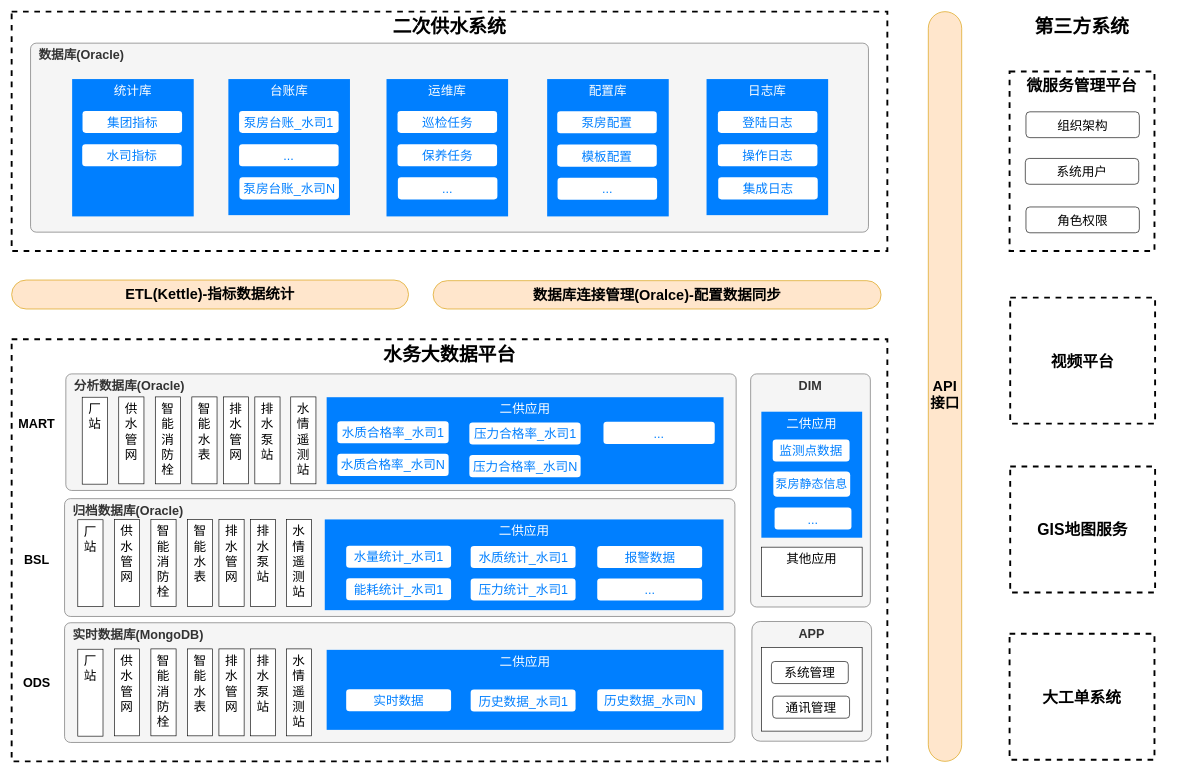
Earlier version of the draw.io diagram page "数据架构图" (2 of 4) of 二供数据架构.drawio (lpeng589/draw). Source tidied: cells renumbered, new cells numbered last; positions are measured from the earlier drawing's top-left corner, leaving out a move shared by most shapes. Both pictures are drawn from the tidied source at 63%, with x=0, y=0 at pixel (11, 11).
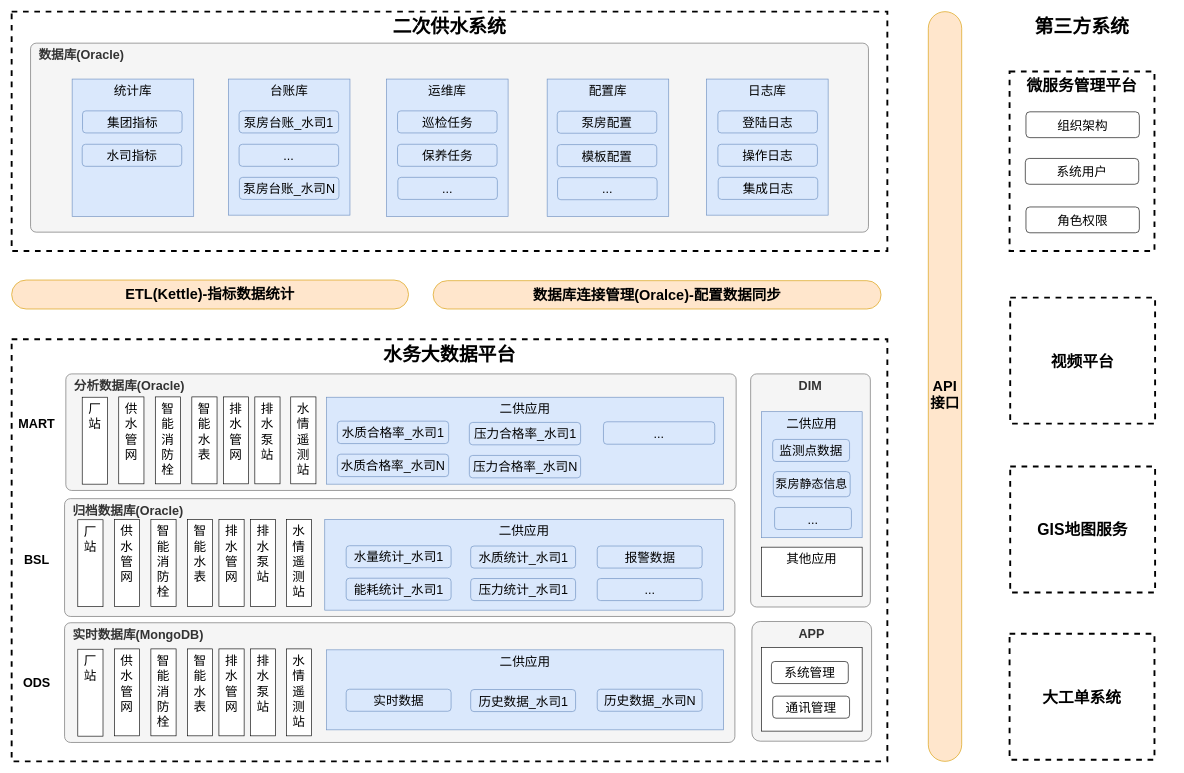
Above is the later version.

Commit message (it also covers changes not shown here):
更新二供数据架构.drawio

Change to the diagram source:
```diff
@@
-    <mxCell id="12" value="二供应用" style="rounded=0;whiteSpace=wrap;html=1;align=center;verticalAlign=top;fontStyle=0;fontSize=20;fontColor=#FFFFFF;fillColor=#007FFF;strokeColor=none;" parent="1" vertex="1">
+    <mxCell id="12" value="二供应用" style="rounded=0;whiteSpace=wrap;html=1;align=center;verticalAlign=top;fontStyle=0;fontSize=20;fillColor=#dae8fc;strokeColor=#6c8ebf;" parent="1" vertex="1">
       <mxGeometry x="500" y="612" width="630" height="138" as="geometry" />
     </mxCell>
-    <mxCell id="13" value="二供应用" style="rounded=0;whiteSpace=wrap;html=1;align=center;verticalAlign=top;fontStyle=0;fontSize=20;fontColor=#FFFFFF;fillColor=#007FFF;strokeColor=none;" parent="1" vertex="1">
+    <mxCell id="13" value="二供应用" style="rounded=0;whiteSpace=wrap;html=1;align=center;verticalAlign=top;fontStyle=0;fontSize=20;fillColor=#dae8fc;strokeColor=#6c8ebf;" parent="1" vertex="1">
       <mxGeometry x="497" y="806" width="633" height="144" as="geometry" />
     </mxCell>
-    <mxCell id="14" value="二供应用" style="rounded=0;whiteSpace=wrap;html=1;align=center;verticalAlign=top;fontStyle=0;fontSize=20;fontColor=#FFFFFF;fillColor=#007FFF;strokeColor=none;" parent="1" vertex="1">
+    <mxCell id="14" value="二供应用" style="rounded=0;whiteSpace=wrap;html=1;align=center;verticalAlign=top;fontStyle=0;fontSize=20;fillColor=#dae8fc;strokeColor=#6c8ebf;" parent="1" vertex="1">
       <mxGeometry x="500" y="1013" width="630" height="127" as="geometry" />
     </mxCell>
@@
-    <mxCell id="39" value="二供应用" style="rounded=0;whiteSpace=wrap;html=1;align=center;verticalAlign=top;fontStyle=0;fontSize=20;fontColor=#FFFFFF;fillColor=#007FFF;strokeColor=none;" parent="1" vertex="1">
+    <mxCell id="39" value="二供应用" style="rounded=0;whiteSpace=wrap;html=1;align=center;verticalAlign=top;fontStyle=0;fontSize=20;fillColor=#dae8fc;strokeColor=#6c8ebf;" parent="1" vertex="1">
       <mxGeometry x="1190" y="635" width="160" height="200" as="geometry" />
     </mxCell>
@@
-    <mxCell id="51" value="台账库" style="rounded=0;whiteSpace=wrap;html=1;align=center;verticalAlign=top;fontSize=20;fontStyle=0;arcSize=0;fillColor=#007FFF;fontColor=#FFFFFF;strokeColor=none;" parent="1" vertex="1">
+    <mxCell id="51" value="台账库" style="rounded=0;whiteSpace=wrap;html=1;align=center;verticalAlign=top;fontSize=20;fontStyle=0;arcSize=0;fillColor=#dae8fc;strokeColor=#6c8ebf;" parent="1" vertex="1">
       <mxGeometry x="344" y="107" width="193" height="216" as="geometry" />
     </mxCell>
-    <mxCell id="52" value="运维库" style="rounded=0;whiteSpace=wrap;html=1;align=center;verticalAlign=top;fontSize=20;fontStyle=0;arcSize=0;fillColor=#007FFF;fontColor=#FFFFFF;strokeColor=none;" parent="1" vertex="1">
+    <mxCell id="52" value="运维库" style="rounded=0;whiteSpace=wrap;html=1;align=center;verticalAlign=top;fontSize=20;fontStyle=0;arcSize=0;fillColor=#dae8fc;strokeColor=#6c8ebf;" parent="1" vertex="1">
       <mxGeometry x="595" y="107" width="193" height="218" as="geometry" />
     </mxCell>
-    <mxCell id="53" value="配置库" style="rounded=0;whiteSpace=wrap;html=1;align=center;verticalAlign=top;fontSize=20;fontStyle=0;fillColor=#007FFF;fontColor=#FFFFFF;strokeColor=none;" parent="1" vertex="1">
+    <mxCell id="53" value="配置库" style="rounded=0;whiteSpace=wrap;html=1;align=center;verticalAlign=top;fontSize=20;fontStyle=0;fillColor=#dae8fc;strokeColor=#6c8ebf;" parent="1" vertex="1">
       <mxGeometry x="850" y="107" width="193" height="218" as="geometry" />
     </mxCell>
-    <mxCell id="54" value="统计库" style="rounded=0;whiteSpace=wrap;html=1;align=center;verticalAlign=top;fontSize=20;fontStyle=0;arcSize=0;fillColor=#007FFF;fontColor=#FFFFFF;strokeColor=none;" parent="1" vertex="1">
+    <mxCell id="54" value="统计库" style="rounded=0;whiteSpace=wrap;html=1;align=center;verticalAlign=top;fontSize=20;fontStyle=0;arcSize=0;fillColor=#dae8fc;strokeColor=#6c8ebf;" parent="1" vertex="1">
       <mxGeometry x="96" y="107" width="193" height="218" as="geometry" />
     </mxCell>
-    <mxCell id="55" value="日志库" style="rounded=0;whiteSpace=wrap;html=1;align=center;verticalAlign=top;fontSize=20;fontStyle=0;fillColor=#007FFF;fontColor=#FFFFFF;strokeColor=none;" parent="1" vertex="1">
+    <mxCell id="55" value="日志库" style="rounded=0;whiteSpace=wrap;html=1;align=center;verticalAlign=top;fontSize=20;fontStyle=0;fillColor=#dae8fc;strokeColor=#6c8ebf;" parent="1" vertex="1">
       <mxGeometry x="1103" y="107" width="193" height="216" as="geometry" />
     </mxCell>
-    <mxCell id="56" value="集团指标" style="rounded=1;whiteSpace=wrap;html=1;fontSize=20;fontColor=#007FFF;strokeColor=none;" parent="1" vertex="1">
+    <mxCell id="56" value="集团指标" style="rounded=1;whiteSpace=wrap;html=1;fontSize=20;strokeColor=#6c8ebf;fillColor=#dae8fc;" parent="1" vertex="1">
       <mxGeometry x="112.5" y="157.5" width="158" height="35" as="geometry" />
     </mxCell>
-    <mxCell id="57" value="水司指标" style="rounded=1;whiteSpace=wrap;html=1;fontSize=20;fontColor=#007FFF;strokeColor=none;" parent="1" vertex="1">
+    <mxCell id="57" value="水司指标" style="rounded=1;whiteSpace=wrap;html=1;fontSize=20;strokeColor=#6c8ebf;fillColor=#dae8fc;" parent="1" vertex="1">
       <mxGeometry x="112" y="210.5" width="158" height="35" as="geometry" />
     </mxCell>
-    <mxCell id="58" value="泵房台账_水司1" style="rounded=1;whiteSpace=wrap;html=1;fontSize=20;fontColor=#007FFF;strokeColor=none;" parent="1" vertex="1">
+    <mxCell id="58" value="泵房台账_水司1" style="rounded=1;whiteSpace=wrap;html=1;fontSize=20;strokeColor=#6c8ebf;fillColor=#dae8fc;" parent="1" vertex="1">
       <mxGeometry x="361" y="157.5" width="158" height="35" as="geometry" />
     </mxCell>
-    <mxCell id="59" value="..." style="rounded=1;whiteSpace=wrap;html=1;fontSize=20;fontColor=#007FFF;strokeColor=none;" parent="1" vertex="1">
+    <mxCell id="59" value="..." style="rounded=1;whiteSpace=wrap;html=1;fontSize=20;strokeColor=#6c8ebf;fillColor=#dae8fc;" parent="1" vertex="1">
       <mxGeometry x="361" y="210.5" width="158" height="35" as="geometry" />
     </mxCell>
-    <mxCell id="60" value="泵房台账_水司N" style="rounded=1;whiteSpace=wrap;html=1;fontSize=20;fontColor=#007FFF;strokeColor=none;" parent="1" vertex="1">
+    <mxCell id="60" value="泵房台账_水司N" style="rounded=1;whiteSpace=wrap;html=1;fontSize=20;strokeColor=#6c8ebf;fillColor=#dae8fc;" parent="1" vertex="1">
       <mxGeometry x="361.5" y="263" width="158" height="35" as="geometry" />
     </mxCell>
-    <mxCell id="61" value="巡检任务" style="rounded=1;whiteSpace=wrap;html=1;fontSize=20;fontColor=#007FFF;strokeColor=none;" parent="1" vertex="1">
+    <mxCell id="61" value="巡检任务" style="rounded=1;whiteSpace=wrap;html=1;fontSize=20;strokeColor=#6c8ebf;fillColor=#dae8fc;" parent="1" vertex="1">
       <mxGeometry x="612.5" y="157.5" width="158" height="35" as="geometry" />
     </mxCell>
-    <mxCell id="62" value="保养任务" style="rounded=1;whiteSpace=wrap;html=1;fontSize=20;fontColor=#007FFF;strokeColor=none;" parent="1" vertex="1">
+    <mxCell id="62" value="保养任务" style="rounded=1;whiteSpace=wrap;html=1;fontSize=20;strokeColor=#6c8ebf;fillColor=#dae8fc;" parent="1" vertex="1">
       <mxGeometry x="612.5" y="210.5" width="158" height="35" as="geometry" />
     </mxCell>
-    <mxCell id="63" value="..." style="rounded=1;whiteSpace=wrap;html=1;fontSize=20;fontColor=#007FFF;strokeColor=none;" parent="1" vertex="1">
+    <mxCell id="63" value="..." style="rounded=1;whiteSpace=wrap;html=1;fontSize=20;strokeColor=#6c8ebf;fillColor=#dae8fc;" parent="1" vertex="1">
       <mxGeometry x="613" y="263" width="158" height="35" as="geometry" />
     </mxCell>
-    <mxCell id="64" value="泵房配置" style="rounded=1;whiteSpace=wrap;html=1;fontSize=20;fontColor=#007FFF;strokeColor=none;" parent="1" vertex="1">
+    <mxCell id="64" value="泵房配置" style="rounded=1;whiteSpace=wrap;html=1;fontSize=20;strokeColor=#6c8ebf;fillColor=#dae8fc;" parent="1" vertex="1">
       <mxGeometry x="866" y="158" width="158" height="35" as="geometry" />
     </mxCell>
-    <mxCell id="65" value="模板配置" style="rounded=1;whiteSpace=wrap;html=1;fontSize=20;fontColor=#007FFF;strokeColor=none;" parent="1" vertex="1">
+    <mxCell id="65" value="模板配置" style="rounded=1;whiteSpace=wrap;html=1;fontSize=20;strokeColor=#6c8ebf;fillColor=#dae8fc;" parent="1" vertex="1">
       <mxGeometry x="866" y="211" width="158" height="35" as="geometry" />
     </mxCell>
-    <mxCell id="66" value="..." style="rounded=1;whiteSpace=wrap;html=1;fontSize=20;fontColor=#007FFF;strokeColor=none;" parent="1" vertex="1">
+    <mxCell id="66" value="..." style="rounded=1;whiteSpace=wrap;html=1;fontSize=20;strokeColor=#6c8ebf;fillColor=#dae8fc;" parent="1" vertex="1">
       <mxGeometry x="866.5" y="263.5" width="158" height="35" as="geometry" />
     </mxCell>
-    <mxCell id="67" value="登陆日志" style="rounded=1;whiteSpace=wrap;html=1;fontSize=20;fontColor=#007FFF;strokeColor=none;" parent="1" vertex="1">
+    <mxCell id="67" value="登陆日志" style="rounded=1;whiteSpace=wrap;html=1;fontSize=20;strokeColor=#6c8ebf;fillColor=#dae8fc;" parent="1" vertex="1">
       <mxGeometry x="1121" y="157.5" width="158" height="35" as="geometry" />
     </mxCell>
-    <mxCell id="68" value="操作日志" style="rounded=1;whiteSpace=wrap;html=1;fontSize=20;fontColor=#007FFF;strokeColor=none;" parent="1" vertex="1">
+    <mxCell id="68" value="操作日志" style="rounded=1;whiteSpace=wrap;html=1;fontSize=20;strokeColor=#6c8ebf;fillColor=#dae8fc;" parent="1" vertex="1">
       <mxGeometry x="1121" y="210.5" width="158" height="35" as="geometry" />
     </mxCell>
-    <mxCell id="69" value="集成日志" style="rounded=1;whiteSpace=wrap;html=1;fontSize=20;fontColor=#007FFF;strokeColor=none;" parent="1" vertex="1">
+    <mxCell id="69" value="集成日志" style="rounded=1;whiteSpace=wrap;html=1;fontSize=20;strokeColor=#6c8ebf;fillColor=#dae8fc;" parent="1" vertex="1">
       <mxGeometry x="1121.5" y="263" width="158" height="35" as="geometry" />
     </mxCell>
-    <mxCell id="70" value="水量统计_水司1" style="rounded=1;whiteSpace=wrap;html=1;fontSize=20;fontColor=#007FFF;strokeColor=none;" parent="1" vertex="1">
+    <mxCell id="70" value="水量统计_水司1" style="rounded=1;whiteSpace=wrap;html=1;fontSize=20;strokeColor=#6c8ebf;fillColor=#dae8fc;" parent="1" vertex="1">
       <mxGeometry x="531" y="847.7" width="166.5" height="35" as="geometry" />
     </mxCell>
-    <mxCell id="71" value="能耗统计_水司1" style="rounded=1;whiteSpace=wrap;html=1;fontSize=20;fontColor=#007FFF;strokeColor=none;" parent="1" vertex="1">
+    <mxCell id="71" value="能耗统计_水司1" style="rounded=1;whiteSpace=wrap;html=1;fontSize=20;strokeColor=#6c8ebf;fillColor=#dae8fc;" parent="1" vertex="1">
       <mxGeometry x="531" y="899.3" width="166.5" height="35" as="geometry" />
     </mxCell>
-    <mxCell id="72" value="水质统计_水司1" style="rounded=1;whiteSpace=wrap;html=1;fontSize=20;fontColor=#007FFF;strokeColor=none;" parent="1" vertex="1">
+    <mxCell id="72" value="水质统计_水司1" style="rounded=1;whiteSpace=wrap;html=1;fontSize=20;strokeColor=#6c8ebf;fillColor=#dae8fc;" parent="1" vertex="1">
       <mxGeometry x="728.6" y="848.2" width="166.5" height="35" as="geometry" />
     </mxCell>
-    <mxCell id="73" value="压力统计_水司1" style="rounded=1;whiteSpace=wrap;html=1;fontSize=20;fontColor=#007FFF;strokeColor=none;" parent="1" vertex="1">
+    <mxCell id="73" value="压力统计_水司1" style="rounded=1;whiteSpace=wrap;html=1;fontSize=20;strokeColor=#6c8ebf;fillColor=#dae8fc;" parent="1" vertex="1">
       <mxGeometry x="728.6" y="899.8" width="166.5" height="35" as="geometry" />
     </mxCell>
-    <mxCell id="74" value="报警数据" style="rounded=1;whiteSpace=wrap;html=1;fontSize=20;fontColor=#007FFF;strokeColor=none;" parent="1" vertex="1">
+    <mxCell id="74" value="报警数据" style="rounded=1;whiteSpace=wrap;html=1;fontSize=20;strokeColor=#6c8ebf;fillColor=#dae8fc;" parent="1" vertex="1">
       <mxGeometry x="929.5" y="848.2" width="166.5" height="35" as="geometry" />
     </mxCell>
-    <mxCell id="75" value="..." style="rounded=1;whiteSpace=wrap;html=1;fontSize=20;fontColor=#007FFF;strokeColor=none;" parent="1" vertex="1">
+    <mxCell id="75" value="..." style="rounded=1;whiteSpace=wrap;html=1;fontSize=20;strokeColor=#6c8ebf;fillColor=#dae8fc;" parent="1" vertex="1">
       <mxGeometry x="929.5" y="899.8" width="166.5" height="35" as="geometry" />
     </mxCell>
-    <mxCell id="76" value="实时数据" style="rounded=1;whiteSpace=wrap;html=1;fontSize=20;fontColor=#007FFF;strokeColor=none;" parent="1" vertex="1">
+    <mxCell id="76" value="实时数据" style="rounded=1;whiteSpace=wrap;html=1;fontSize=20;strokeColor=#6c8ebf;fillColor=#dae8fc;" parent="1" vertex="1">
       <mxGeometry x="531" y="1075.5" width="166.5" height="35" as="geometry" />
     </mxCell>
-    <mxCell id="77" value="历史数据_水司1" style="rounded=1;whiteSpace=wrap;html=1;fontSize=20;fontColor=#007FFF;strokeColor=none;" parent="1" vertex="1">
+    <mxCell id="77" value="历史数据_水司1" style="rounded=1;whiteSpace=wrap;html=1;fontSize=20;strokeColor=#6c8ebf;fillColor=#dae8fc;" parent="1" vertex="1">
       <mxGeometry x="728.6" y="1076" width="166.5" height="35" as="geometry" />
     </mxCell>
-    <mxCell id="78" value="历史数据_水司N" style="rounded=1;whiteSpace=wrap;html=1;fontSize=20;fontColor=#007FFF;strokeColor=none;" parent="1" vertex="1">
+    <mxCell id="78" value="历史数据_水司N" style="rounded=1;whiteSpace=wrap;html=1;fontSize=20;strokeColor=#6c8ebf;fillColor=#dae8fc;" parent="1" vertex="1">
       <mxGeometry x="929.5" y="1075.5" width="166.5" height="35" as="geometry" />
     </mxCell>
-    <mxCell id="79" value="监测点数据" style="rounded=1;whiteSpace=wrap;html=1;fontSize=20;fontColor=#007FFF;strokeColor=none;" parent="1" vertex="1">
+    <mxCell id="79" value="监测点数据" style="rounded=1;whiteSpace=wrap;html=1;fontSize=20;strokeColor=#6c8ebf;fillColor=#dae8fc;" parent="1" vertex="1">
       <mxGeometry x="1208" y="679" width="122" height="35" as="geometry" />
     </mxCell>
-    <mxCell id="80" value="泵房静态信息" style="rounded=1;whiteSpace=wrap;html=1;fontSize=19;fontColor=#007FFF;strokeColor=none;" parent="1" vertex="1">
+    <mxCell id="80" value="泵房静态信息" style="rounded=1;whiteSpace=wrap;html=1;fontSize=19;strokeColor=#6c8ebf;fillColor=#dae8fc;" parent="1" vertex="1">
       <mxGeometry x="1209" y="730" width="122" height="40" as="geometry" />
     </mxCell>
-    <mxCell id="81" value="..." style="rounded=1;whiteSpace=wrap;html=1;fontSize=20;fontColor=#007FFF;strokeColor=none;" parent="1" vertex="1">
+    <mxCell id="81" value="..." style="rounded=1;whiteSpace=wrap;html=1;fontSize=20;strokeColor=#6c8ebf;fillColor=#dae8fc;" parent="1" vertex="1">
       <mxGeometry x="1211" y="787" width="122" height="35" as="geometry" />
     </mxCell>
@@
-    <mxCell id="84" style="group;fontColor=#007FFF;strokeColor=none;" parent="1" vertex="1">
-      <mxGeometry x="517" y="650" width="599" height="89" as="geometry" />
-    </mxCell>
-    <mxCell id="85" value="水质合格率_水司1" style="rounded=1;whiteSpace=wrap;html=1;fontSize=20;fontColor=#007FFF;strokeColor=none;" parent="84" vertex="1">
-      <mxGeometry width="176.6" height="35.2" as="geometry" />
+    <mxCell id="85" value="水质合格率_水司1" style="rounded=1;whiteSpace=wrap;html=1;fontSize=20;strokeColor=#6c8ebf;fillColor=#dae8fc;" parent="1" vertex="1">
+      <mxGeometry x="517" y="650" width="176.6" height="35.6" as="geometry" />
     </mxCell>
-    <mxCell id="86" value="水质合格率_水司N" style="rounded=1;whiteSpace=wrap;html=1;fontSize=20;fontColor=#007FFF;strokeColor=none;" parent="84" vertex="1">
-      <mxGeometry y="51.8" width="176.6" height="35.2" as="geometry" />
+    <mxCell id="86" value="水质合格率_水司N" style="rounded=1;whiteSpace=wrap;html=1;fontSize=20;strokeColor=#6c8ebf;fillColor=#dae8fc;" parent="1" vertex="1">
+      <mxGeometry x="517" y="702.4" width="176.6" height="35.6" as="geometry" />
     </mxCell>
-    <mxCell id="87" value="压力合格率_水司1" style="rounded=1;whiteSpace=wrap;html=1;fontSize=20;fontColor=#007FFF;strokeColor=none;" parent="84" vertex="1">
-      <mxGeometry x="209.5" y="2" width="176.6" height="35.2" as="geometry" />
+    <mxCell id="87" value="压力合格率_水司1" style="rounded=1;whiteSpace=wrap;html=1;fontSize=20;strokeColor=#6c8ebf;fillColor=#dae8fc;" parent="1" vertex="1">
+      <mxGeometry x="726.5" y="652" width="176.6" height="35.6" as="geometry" />
     </mxCell>
-    <mxCell id="88" value="压力合格率_水司N" style="rounded=1;whiteSpace=wrap;html=1;fontSize=20;fontColor=#007FFF;strokeColor=none;" parent="84" vertex="1">
-      <mxGeometry x="209.5" y="53.8" width="176.6" height="35.2" as="geometry" />
+    <mxCell id="88" value="压力合格率_水司N" style="rounded=1;whiteSpace=wrap;html=1;fontSize=20;strokeColor=#6c8ebf;fillColor=#dae8fc;" parent="1" vertex="1">
+      <mxGeometry x="726.5" y="704.4" width="176.6" height="35.6" as="geometry" />
     </mxCell>
-    <mxCell id="89" value="..." style="rounded=1;whiteSpace=wrap;html=1;fontSize=20;fontColor=#007FFF;strokeColor=none;" parent="84" vertex="1">
-      <mxGeometry x="422.4" y="1" width="176.6" height="35.2" as="geometry" />
+    <mxCell id="89" value="..." style="rounded=1;whiteSpace=wrap;html=1;fontSize=20;strokeColor=#6c8ebf;fillColor=#dae8fc;" parent="1" vertex="1">
+      <mxGeometry x="939.4" y="651" width="176.6" height="35.6" as="geometry" />
     </mxCell>
```
